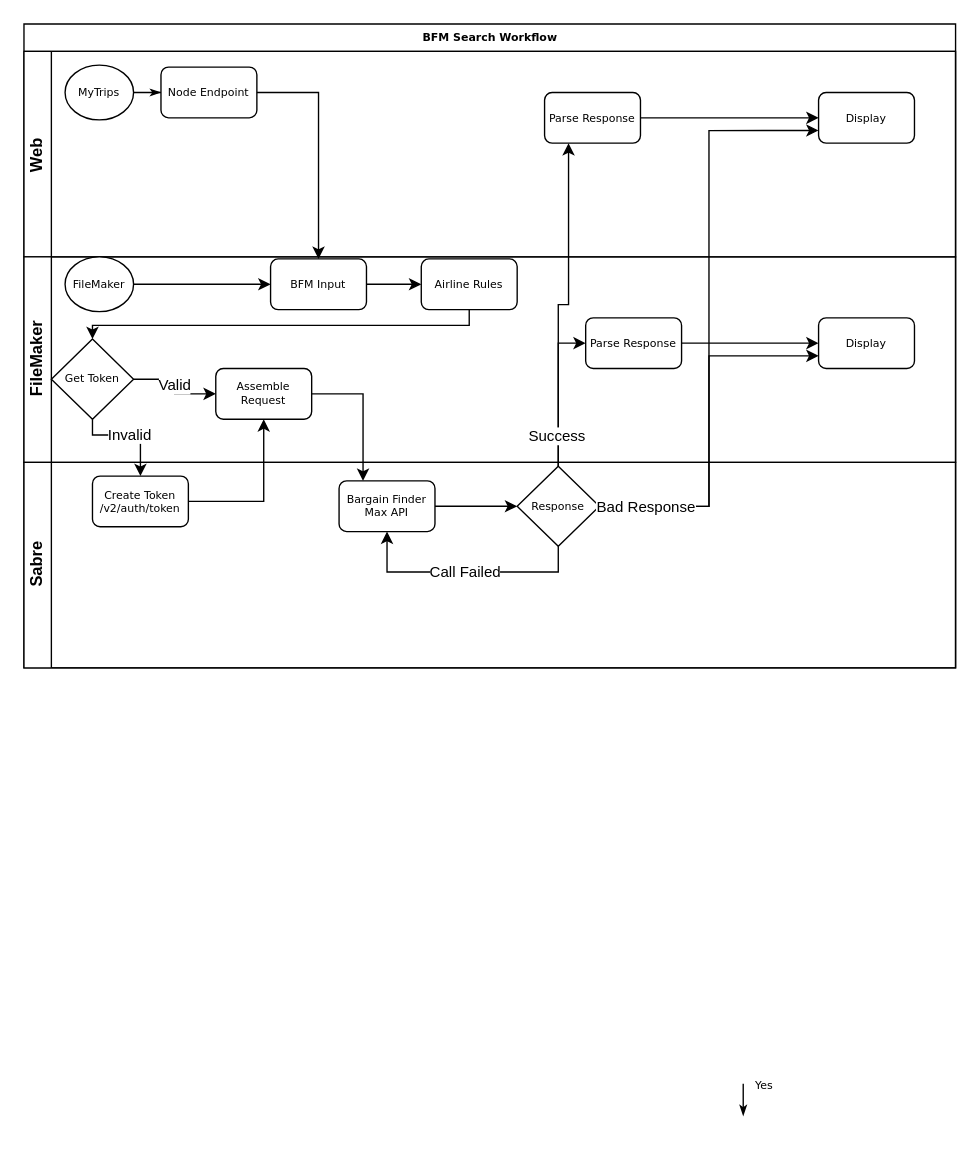
Earlier version of the draw.io diagram drawio/bfm_search_workflow.drawio (phillipshreves/sabre-workflows). Source tidied: cells renumbered, new cells numbered last; positions are measured from the earlier drawing's top-left corner, leaving out a move shared by most shapes. Both pictures are drawn from the tidied source at 137%, with x=0, y=0 at pixel (23, 23).
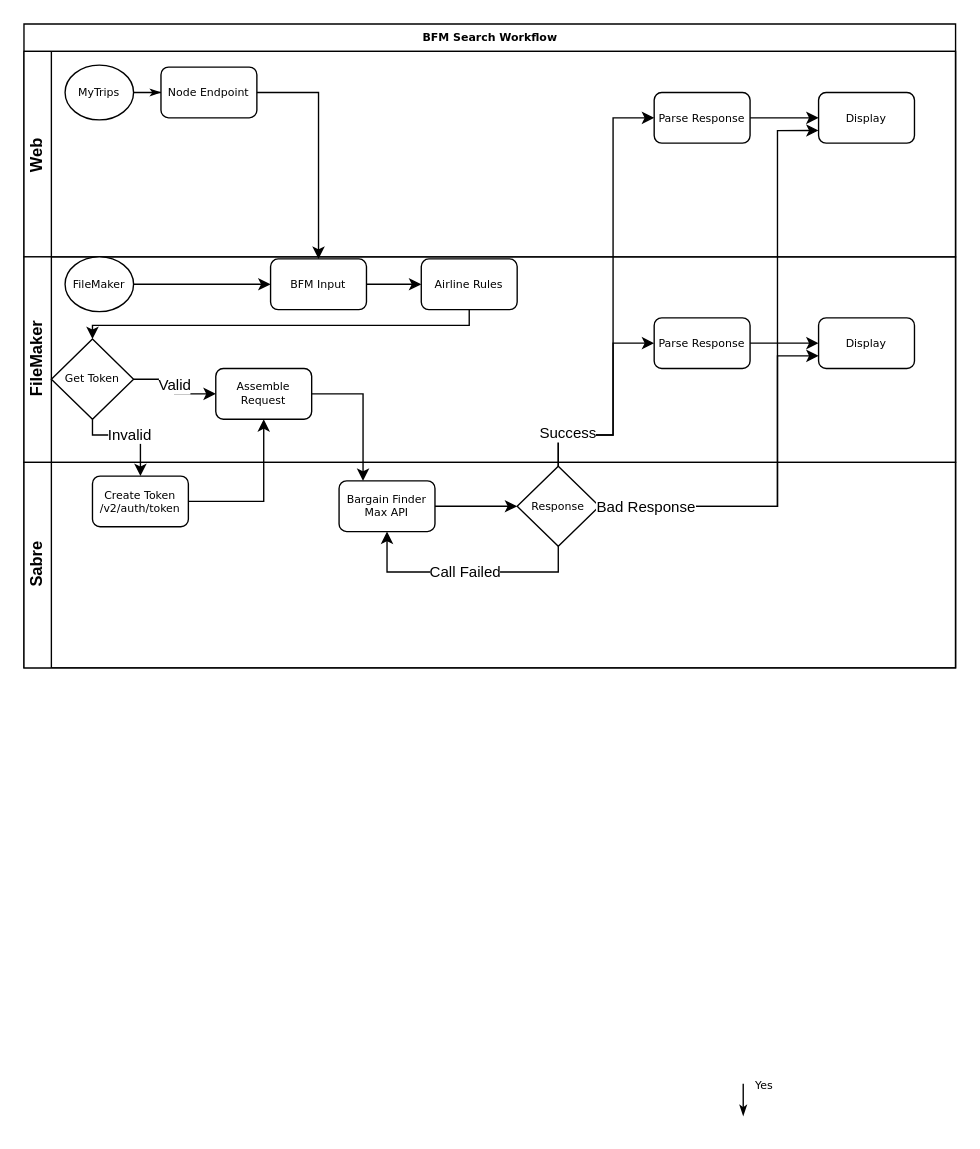
Above is the later version.

Commit message (it also covers changes not shown here):
Removed NodeRED. Updated Exchange workflow

Unchanged cells that the change refers to:
```xml
<mxCell id="2" value="BFM Search Workflow" style="swimlane;html=1;horizontal=1;startSize=20;rounded=0;shadow=0;labelBackgroundColor=none;strokeWidth=1;fontFamily=Verdana;fontSize=8;align=center;" parent="1" vertex="1">
  <mxGeometry width="680" height="470" as="geometry" />
</mxCell>
<mxCell id="3" value="Web&amp;nbsp;" style="swimlane;html=1;startSize=20;horizontal=0;" parent="2" vertex="1">
  <mxGeometry y="20" width="680" height="150" as="geometry" />
</mxCell>
<mxCell id="9" value="Display" style="rounded=1;whiteSpace=wrap;html=1;shadow=0;labelBackgroundColor=none;strokeWidth=1;fontFamily=Verdana;fontSize=8;align=center;" parent="3" vertex="1">
  <mxGeometry x="580" y="30" width="70" height="37" as="geometry" />
</mxCell>
<mxCell id="10" value="FileMaker" style="swimlane;html=1;startSize=20;horizontal=0;" parent="2" vertex="1">
  <mxGeometry y="170" width="680" height="150" as="geometry" />
</mxCell>
<mxCell id="20" value="Display" style="rounded=1;whiteSpace=wrap;html=1;shadow=0;labelBackgroundColor=none;strokeWidth=1;fontFamily=Verdana;fontSize=8;align=center;" parent="10" vertex="1">
  <mxGeometry x="580" y="44.5" width="70" height="37" as="geometry" />
</mxCell>
<mxCell id="25" value="Response" style="strokeWidth=1;html=1;shape=mxgraph.flowchart.decision;whiteSpace=wrap;rounded=1;shadow=0;labelBackgroundColor=none;fontFamily=Verdana;fontSize=8;align=center;" parent="23" vertex="1">
  <mxGeometry x="360" y="2.8" width="60" height="58.5" as="geometry" />
</mxCell>
```

The edit, as a diff of the source:
```diff
@@
     <mxCell id="8" value="Parse Response" style="rounded=1;whiteSpace=wrap;html=1;shadow=0;labelBackgroundColor=none;strokeWidth=1;fontFamily=Verdana;fontSize=8;align=center;" parent="3" vertex="1">
-      <mxGeometry x="380" y="30" width="70" height="37" as="geometry" />
+      <mxGeometry x="460" y="30" width="70" height="37" as="geometry" />
     </mxCell>
@@
     <mxCell id="19" value="Parse Response" style="rounded=1;whiteSpace=wrap;html=1;shadow=0;labelBackgroundColor=none;strokeWidth=1;fontFamily=Verdana;fontSize=8;align=center;" parent="10" vertex="1">
-      <mxGeometry x="410" y="44.5" width="70" height="37" as="geometry" />
+      <mxGeometry x="460" y="44.5" width="70" height="37" as="geometry" />
     </mxCell>
@@
     <mxCell id="34" style="edgeStyle=orthogonalEdgeStyle;rounded=0;jettySize=auto;html=1;exitX=0.5;exitY=0;exitDx=0;exitDy=0;exitPerimeter=0;entryX=0;entryY=0.5;entryDx=0;entryDy=0;" parent="2" edge="1" source="25" target="19">
-      <mxGeometry relative="1" as="geometry" />
+      <mxGeometry relative="1" as="geometry">
+        <Array as="points">
+          <mxPoint x="390" y="300" />
+          <mxPoint x="430" y="300" />
+          <mxPoint x="430" y="233" />
+        </Array>
+      </mxGeometry>
     </mxCell>
-    <mxCell id="35" style="edgeStyle=orthogonalEdgeStyle;rounded=0;jettySize=auto;html=1;entryX=0.25;entryY=1;entryDx=0;entryDy=0;" parent="2" edge="1" source="25" target="8">
-      <mxGeometry relative="1" as="geometry" />
+    <mxCell id="35" style="edgeStyle=orthogonalEdgeStyle;rounded=0;jettySize=auto;html=1;entryX=0;entryY=0.5;entryDx=0;entryDy=0;exitX=0.5;exitY=0;exitDx=0;exitDy=0;exitPerimeter=0;" parent="2" edge="1" source="25" target="8">
+      <mxGeometry relative="1" as="geometry">
+        <Array as="points">
+          <mxPoint x="390" y="300" />
+          <mxPoint x="430" y="300" />
+          <mxPoint x="430" y="69" />
+        </Array>
+      </mxGeometry>
     </mxCell>
@@
     <mxCell id="37" style="edgeStyle=orthogonalEdgeStyle;rounded=0;jettySize=auto;html=1;entryX=0;entryY=0.75;entryDx=0;entryDy=0;" parent="2" edge="1" source="25" target="20">
-      <mxGeometry relative="1" as="geometry" />
+      <mxGeometry relative="1" as="geometry">
+        <Array as="points">
+          <mxPoint x="550" y="352" />
+          <mxPoint x="550" y="242" />
+        </Array>
+      </mxGeometry>
     </mxCell>
     <mxCell id="38" style="edgeStyle=orthogonalEdgeStyle;rounded=0;jettySize=auto;html=1;entryX=0;entryY=0.75;entryDx=0;entryDy=0;" parent="2" edge="1" source="25" target="9">
-      <mxGeometry relative="1" as="geometry" />
+      <mxGeometry relative="1" as="geometry">
+        <Array as="points">
+          <mxPoint x="550" y="352" />
+          <mxPoint x="550" y="78" />
+        </Array>
+      </mxGeometry>
     </mxCell>
```
